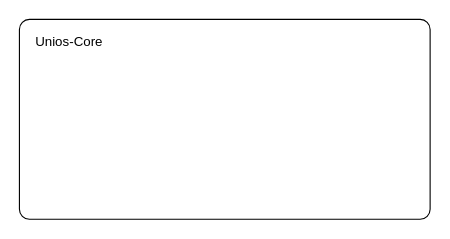
Before: 架构图.drawio in suqcnn/12306, a draw.io diagram. Source tidied: cells renumbered, new cells numbered last; positions are measured from the earlier drawing's top-left corner, leaving out a move shared by most shapes. Both pictures are drawn from the tidied source at 111%, with x=0, y=0 at pixel (19, 19).
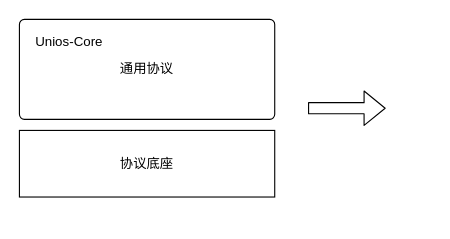
Above is the later version.

Change to the diagram source:
```diff
@@
 <mxGraphModel>
   <root>
     <mxCell id="0" />
     <mxCell id="1" parent="0" />
-    <mxCell id="2" style="rounded=1;whiteSpace=wrap;html=1;arcSize=5;" parent="1" vertex="1">
-      <mxGeometry width="370" height="180" as="geometry" />
+    <mxCell id="2" value="通用协议" style="rounded=1;whiteSpace=wrap;html=1;arcSize=5;" parent="1" vertex="1">
+      <mxGeometry width="230" height="90" as="geometry" />
     </mxCell>
     <mxCell id="3" value="Unios-Core" style="text;html=1;strokeColor=none;fillColor=none;align=center;verticalAlign=middle;whiteSpace=wrap;rounded=0;" parent="1" vertex="1">
       <mxGeometry x="10" y="10" width="70" height="20" as="geometry" />
     </mxCell>
+    <mxCell id="4" style="shape=flexArrow;endArrow=classic;html=1;" parent="1" edge="1">
+      <mxGeometry relative="1" as="geometry">
+        <mxPoint x="260" y="80" as="sourcePoint" />
+        <mxPoint x="330" y="80" as="targetPoint" />
+      </mxGeometry>
+    </mxCell>
+    <mxCell id="5" value="协议底座" style="rounded=0;whiteSpace=wrap;html=1;" parent="1" vertex="1">
+      <mxGeometry y="100" width="230" height="60" as="geometry" />
+    </mxCell>
   </root>
 </mxGraphModel>
```
